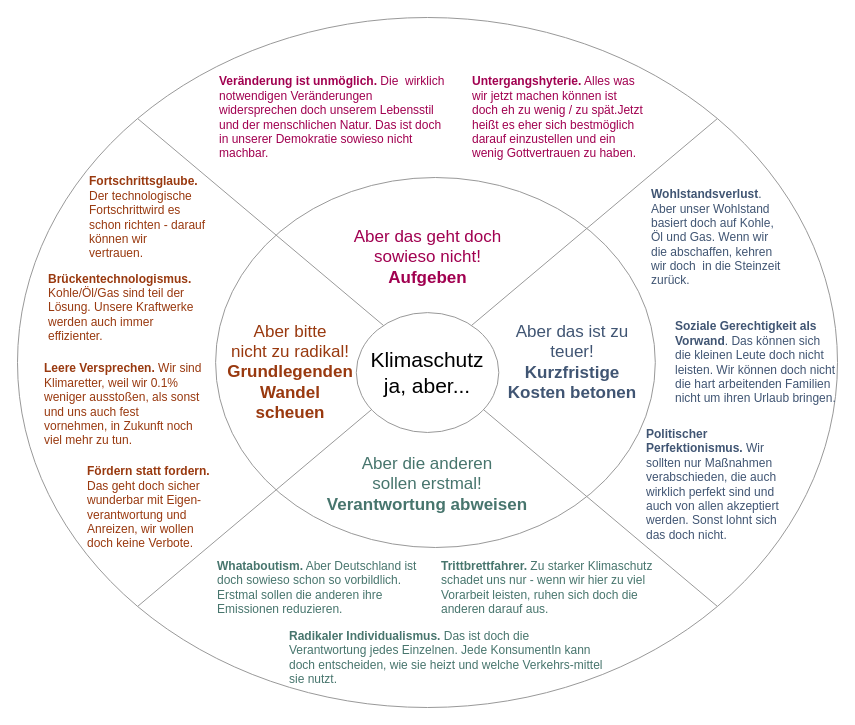
The draw.io diagram Untitled Diagram.drawio in SebastianL1/Klimaschutzausreden, before the edit. Source tidied: cells renumbered, new cells numbered last; positions are measured from the earlier drawing's top-left corner, leaving out a move shared by most shapes. Both pictures are drawn from the tidied source at 100%, with x=0, y=0 at pixel (17, 17).
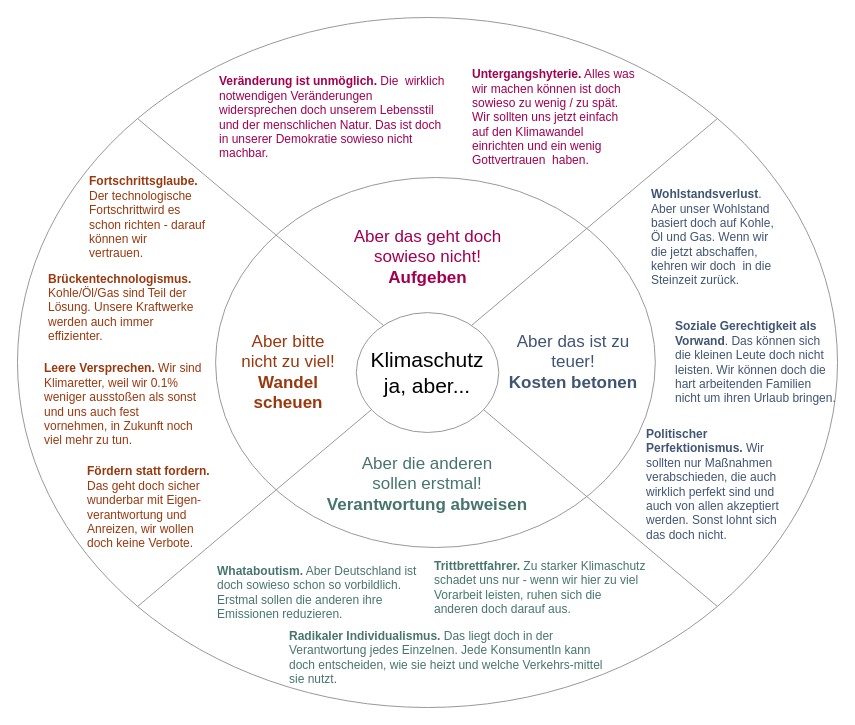
The same diagram, later.

Diff of the diagram source:
```diff
@@
-    <mxCell id="8" value="&lt;div style=&quot;font-size: 17px;&quot;&gt;&lt;font style=&quot;font-size: 17px;&quot;&gt;Aber das ist zu teuer!&lt;br style=&quot;font-size: 17px;&quot;&gt;&lt;/font&gt;&lt;/div&gt;&lt;div style=&quot;font-size: 17px;&quot;&gt;&lt;font style=&quot;font-size: 17px;&quot;&gt;&lt;b style=&quot;font-size: 17px;&quot;&gt;Kurzfristige Kosten betonen&lt;/b&gt;&lt;br style=&quot;font-size: 17px;&quot;&gt;&lt;/font&gt;&lt;/div&gt;" style="text;html=1;strokeColor=none;fillColor=none;align=center;verticalAlign=middle;whiteSpace=wrap;rounded=0;fontSize=17;fontColor=#405573;" parent="1" vertex="1">
-      <mxGeometry x="480" y="305" width="150" height="80" as="geometry" />
+    <mxCell id="8" value="&lt;div style=&quot;font-size: 17px&quot;&gt;&lt;font style=&quot;font-size: 17px&quot;&gt;Aber das ist zu teuer!&lt;br style=&quot;font-size: 17px&quot;&gt;&lt;/font&gt;&lt;/div&gt;&lt;div style=&quot;font-size: 17px&quot;&gt;&lt;font style=&quot;font-size: 17px&quot;&gt;&lt;b style=&quot;font-size: 17px&quot;&gt;Kosten betonen&lt;/b&gt;&lt;br style=&quot;font-size: 17px&quot;&gt;&lt;/font&gt;&lt;/div&gt;" style="text;html=1;strokeColor=none;fillColor=none;align=center;verticalAlign=middle;whiteSpace=wrap;rounded=0;fontSize=17;fontColor=#405573;" parent="1" vertex="1">
+      <mxGeometry x="481.2" y="312.5" width="150" height="65" as="geometry" />
     </mxCell>
-    <mxCell id="9" value="&lt;div style=&quot;font-size: 17px&quot;&gt;&lt;font style=&quot;font-size: 17px&quot;&gt;Aber bitte &lt;br&gt;nicht zu radikal!&lt;br style=&quot;font-size: 17px&quot;&gt;&lt;/font&gt;&lt;/div&gt;&lt;div style=&quot;font-size: 17px&quot;&gt;&lt;font style=&quot;font-size: 17px&quot;&gt;&lt;b style=&quot;font-size: 17px&quot;&gt;Grundlegenden Wandel &lt;br&gt;scheuen&lt;/b&gt;&lt;br style=&quot;font-size: 17px&quot;&gt;&lt;/font&gt;&lt;/div&gt;" style="text;html=1;strokeColor=none;fillColor=none;align=center;verticalAlign=middle;whiteSpace=wrap;rounded=0;fontSize=17;fontColor=#99390F;" parent="1" vertex="1">
-      <mxGeometry x="202" y="304.4" width="142" height="101.2" as="geometry" />
+    <mxCell id="9" value="&lt;div style=&quot;font-size: 17px&quot;&gt;&lt;font style=&quot;font-size: 17px&quot;&gt;Aber bitte &lt;br&gt;nicht zu viel!&lt;br style=&quot;font-size: 17px&quot;&gt;&lt;/font&gt;&lt;/div&gt;&lt;div style=&quot;font-size: 17px&quot;&gt;&lt;font style=&quot;font-size: 17px&quot;&gt;&lt;b style=&quot;font-size: 17px&quot;&gt;Wandel &lt;br&gt;scheuen&lt;/b&gt;&lt;br style=&quot;font-size: 17px&quot;&gt;&lt;/font&gt;&lt;/div&gt;" style="text;html=1;strokeColor=none;fillColor=none;align=center;verticalAlign=middle;whiteSpace=wrap;rounded=0;fontSize=17;fontColor=#99390F;" parent="1" vertex="1">
+      <mxGeometry x="200" y="312.2" width="142" height="85.6" as="geometry" />
     </mxCell>
@@
-    <mxCell id="11" value="&lt;b style=&quot;font-size: 12px;&quot;&gt;Untergangshyterie.&lt;/b&gt; Alles was wir jetzt machen können ist doch eh zu wenig / zu spät.Jetzt heißt es eher sich bestmöglich darauf einzustellen und ein wenig Gottvertrauen zu haben." style="text;html=1;strokeColor=none;fillColor=none;align=left;verticalAlign=middle;whiteSpace=wrap;rounded=0;fontSize=12;fontColor=#A10050;" parent="1" vertex="1">
-      <mxGeometry x="452.5" y="60" width="175" height="80" as="geometry" />
+    <mxCell id="11" value="&lt;b style=&quot;font-size: 12px&quot;&gt;Untergangshyterie.&lt;/b&gt; Alles was wir machen können ist doch sowieso zu wenig / zu spät. Wir sollten uns jetzt einfach auf den Klimawandel&amp;nbsp; einrichten und ein wenig Gottvertrauen&amp;nbsp; haben." style="text;html=1;strokeColor=none;fillColor=none;align=left;verticalAlign=middle;whiteSpace=wrap;rounded=0;fontSize=12;fontColor=#A10050;" parent="1" vertex="1">
+      <mxGeometry x="452.5" y="60" width="167.5" height="80" as="geometry" />
     </mxCell>
@@
-    <mxCell id="13" value="&lt;font style=&quot;font-size: 12px&quot;&gt;&lt;b style=&quot;font-size: 12px&quot;&gt;Soziale Gerechtigkeit als Vorwand&lt;/b&gt;. Das können sich die kleinen Leute doch nicht leisten. Wir können doch nicht die hart arbeitenden Familien nicht um ihren Urlaub bringen.&lt;br style=&quot;font-size: 12px&quot;&gt;&lt;/font&gt;" style="text;html=1;strokeColor=none;fillColor=none;align=left;verticalAlign=middle;whiteSpace=wrap;rounded=0;fontSize=12;fontColor=#405573;" parent="1" vertex="1">
+    <mxCell id="13" value="&lt;font style=&quot;font-size: 12px&quot;&gt;&lt;b style=&quot;font-size: 12px&quot;&gt;Soziale Gerechtigkeit als Vorwand&lt;/b&gt;. Das können sich die kleinen Leute doch nicht leisten. Wir können doch die hart arbeitenden Familien nicht um ihren Urlaub bringen.&lt;br style=&quot;font-size: 12px&quot;&gt;&lt;/font&gt;" style="text;html=1;strokeColor=none;fillColor=none;align=left;verticalAlign=middle;whiteSpace=wrap;rounded=0;fontSize=12;fontColor=#405573;" parent="1" vertex="1">
       <mxGeometry x="656.2" y="305" width="163.8" height="80" as="geometry" />
     </mxCell>
-    <mxCell id="14" value="&lt;font style=&quot;font-size: 12px&quot;&gt;&lt;b style=&quot;font-size: 12px&quot;&gt;Wohlstandsverlust&lt;/b&gt;. Aber unser Wohlstand basiert doch auf Kohle, Öl und Gas. Wenn wir die abschaffen, kehren wir doch&amp;nbsp; in die Steinzeit zurück. &lt;br style=&quot;font-size: 12px&quot;&gt;&lt;/font&gt;" style="text;html=1;strokeColor=none;fillColor=none;align=left;verticalAlign=middle;whiteSpace=wrap;rounded=0;fontSize=12;fontColor=#405573;" parent="1" vertex="1">
+    <mxCell id="14" value="&lt;font style=&quot;font-size: 12px&quot;&gt;&lt;b style=&quot;font-size: 12px&quot;&gt;Wohlstandsverlust&lt;/b&gt;. Aber unser Wohlstand basiert doch auf Kohle, Öl und Gas. Wenn wir die jetzt abschaffen, kehren wir doch&amp;nbsp; in die Steinzeit zurück. &lt;br style=&quot;font-size: 12px&quot;&gt;&lt;/font&gt;" style="text;html=1;strokeColor=none;fillColor=none;align=left;verticalAlign=middle;whiteSpace=wrap;rounded=0;fontSize=12;fontColor=#405573;" parent="1" vertex="1">
       <mxGeometry x="631.6" y="180" width="137" height="80" as="geometry" />
     </mxCell>
-    <mxCell id="15" value="&lt;font style=&quot;font-size: 12px&quot;&gt;&lt;b style=&quot;font-size: 12px&quot;&gt;Radikaler Individualismus.&lt;/b&gt; Das ist doch die Verantwortung jedes Einzelnen. Jede KonsumentIn kann doch entscheiden, wie sie heizt und welche Verkehrs-mittel sie nutzt.&lt;br style=&quot;font-size: 12px&quot;&gt;&lt;/font&gt;" style="text;html=1;strokeColor=none;fillColor=none;align=left;verticalAlign=middle;whiteSpace=wrap;rounded=0;fontSize=12;fontColor=#47756D;" parent="1" vertex="1">
+    <mxCell id="15" value="&lt;font style=&quot;font-size: 12px&quot;&gt;&lt;b style=&quot;font-size: 12px&quot;&gt;Radikaler Individualismus.&lt;/b&gt; Das liegt doch in der Verantwortung jedes Einzelnen. Jede KonsumentIn kann doch entscheiden, wie sie heizt und welche Verkehrs-mittel sie nutzt.&lt;br style=&quot;font-size: 12px&quot;&gt;&lt;/font&gt;" style="text;html=1;strokeColor=none;fillColor=none;align=left;verticalAlign=middle;whiteSpace=wrap;rounded=0;fontSize=12;fontColor=#47756D;" parent="1" vertex="1">
       <mxGeometry x="270" y="600" width="320" height="80" as="geometry" />
     </mxCell>
     <mxCell id="16" value="&lt;font style=&quot;font-size: 12px&quot;&gt;&lt;b style=&quot;font-size: 12px&quot;&gt;Whataboutism.&lt;/b&gt; Aber Deutschland ist doch sowieso schon so vorbildlich. Erstmal sollen die anderen ihre Emissionen reduzieren.&lt;br style=&quot;font-size: 12px&quot;&gt;&lt;/font&gt;" style="text;html=1;strokeColor=none;fillColor=none;align=left;verticalAlign=middle;whiteSpace=wrap;rounded=0;fontSize=12;fontColor=#47756D;" parent="1" vertex="1">
-      <mxGeometry x="198.1" y="530" width="201.9" height="80" as="geometry" />
+      <mxGeometry x="198.1" y="540" width="201.9" height="70" as="geometry" />
     </mxCell>
-    <mxCell id="17" value="&lt;font style=&quot;font-size: 12px;&quot;&gt;&lt;b style=&quot;font-size: 12px;&quot;&gt;Trittbrettfahrer.&lt;/b&gt; Zu starker Klimaschutz schadet uns nur - wenn wir hier zu viel Vorarbeit leisten, ruhen sich doch die anderen darauf aus.&lt;br style=&quot;font-size: 12px;&quot;&gt;&lt;/font&gt;" style="text;html=1;strokeColor=none;fillColor=none;align=left;verticalAlign=middle;whiteSpace=wrap;rounded=0;fontSize=12;fontColor=#47756D;" parent="1" vertex="1">
-      <mxGeometry x="421.6" y="530" width="216.2" height="80" as="geometry" />
+    <mxCell id="17" value="&lt;font style=&quot;font-size: 12px&quot;&gt;&lt;b style=&quot;font-size: 12px&quot;&gt;Trittbrettfahrer.&lt;/b&gt; Zu starker Klimaschutz schadet uns nur - wenn wir hier zu viel Vorarbeit leisten, ruhen sich die anderen doch darauf aus.&lt;br style=&quot;font-size: 12px&quot;&gt;&lt;/font&gt;" style="text;html=1;strokeColor=none;fillColor=none;align=left;verticalAlign=middle;whiteSpace=wrap;rounded=0;fontSize=12;fontColor=#47756D;" parent="1" vertex="1">
+      <mxGeometry x="415.4" y="540" width="216.2" height="60" as="geometry" />
     </mxCell>
@@
-    <mxCell id="19" value="&lt;font style=&quot;font-size: 12px&quot;&gt;&lt;b style=&quot;font-size: 12px&quot;&gt;Brückentechnologismus. &lt;/b&gt;Kohle/Öl/Gas sind teil der Lösung. Unsere Kraftwerke werden auch immer effizienter.&lt;br style=&quot;font-size: 12px&quot;&gt;&lt;/font&gt;" style="text;html=1;strokeColor=none;fillColor=none;align=left;verticalAlign=middle;whiteSpace=wrap;rounded=0;fontSize=12;fontColor=#99390F;" parent="1" vertex="1">
+    <mxCell id="19" value="&lt;font style=&quot;font-size: 12px&quot;&gt;&lt;b style=&quot;font-size: 12px&quot;&gt;Brückentechnologismus. &lt;/b&gt;Kohle/Öl/Gas sind Teil der Lösung. Unsere Kraftwerke werden auch immer effizienter.&lt;br style=&quot;font-size: 12px&quot;&gt;&lt;/font&gt;" style="text;html=1;strokeColor=none;fillColor=none;align=left;verticalAlign=middle;whiteSpace=wrap;rounded=0;fontSize=12;fontColor=#99390F;" parent="1" vertex="1">
       <mxGeometry x="29.1" y="250" width="151.8" height="80" as="geometry" />
     </mxCell>
-    <mxCell id="20" value="&lt;font style=&quot;font-size: 12px&quot;&gt;&lt;font style=&quot;font-size: 12px&quot;&gt;&lt;b style=&quot;font-size: 12px&quot;&gt;Leere Versprechen. &lt;/b&gt;Wir sind Klimaretter, weil wir 0.1% weniger ausstoßen, als sonst und uns auch fest vornehmen, in Zukunft noch viel mehr zu tun. &lt;/font&gt;&lt;br style=&quot;font-size: 12px&quot;&gt;&lt;/font&gt;" style="text;html=1;strokeColor=none;fillColor=none;align=left;verticalAlign=middle;whiteSpace=wrap;rounded=0;fontSize=12;fontColor=#99390F;" parent="1" vertex="1">
+    <mxCell id="20" value="&lt;font style=&quot;font-size: 12px&quot;&gt;&lt;font style=&quot;font-size: 12px&quot;&gt;&lt;b style=&quot;font-size: 12px&quot;&gt;Leere Versprechen. &lt;/b&gt;Wir sind Klimaretter, weil wir 0.1% weniger ausstoßen als sonst und uns auch fest vornehmen, in Zukunft noch viel mehr zu tun. &lt;/font&gt;&lt;br style=&quot;font-size: 12px&quot;&gt;&lt;/font&gt;" style="text;html=1;strokeColor=none;fillColor=none;align=left;verticalAlign=middle;whiteSpace=wrap;rounded=0;fontSize=12;fontColor=#99390F;" parent="1" vertex="1">
       <mxGeometry x="25" y="347" width="160" height="80" as="geometry" />
     </mxCell>
```
